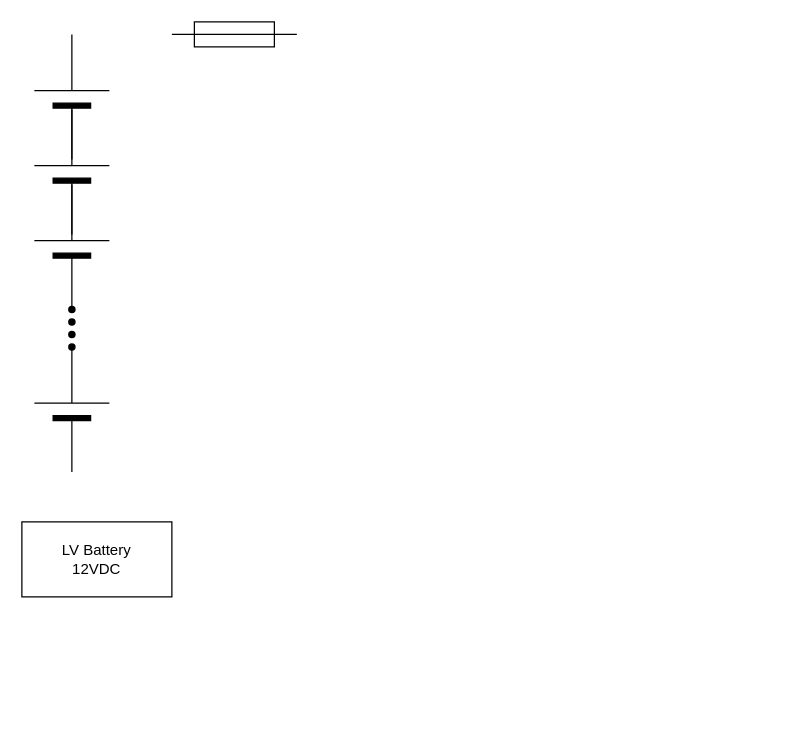
Before: WholeCircuit.drawio in ST04-tkmr/drawio_Schematics, a draw.io diagram. Source tidied: cells renumbered, new cells numbered last; positions are measured from the earlier drawing's top-left corner, leaving out a move shared by most shapes. Both pictures are drawn from the tidied source at 125%, with x=0, y=0 at pixel (9, 21).
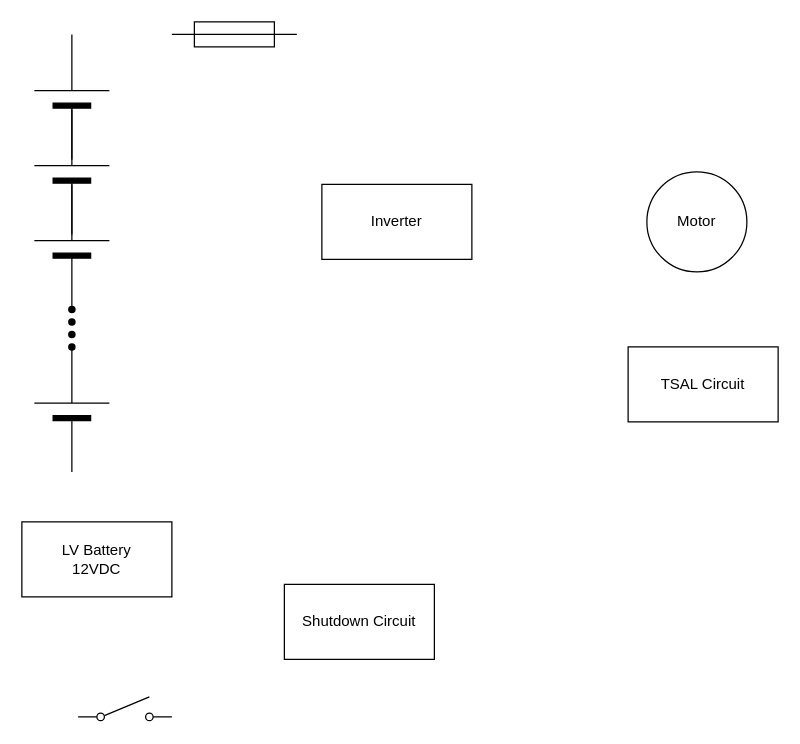
After the change.

Commit message:
WholeCircuit.drawio を更新します

What changed in the source:
```diff
@@
 <mxGraphModel>
   <root>
     <mxCell id="0" />
     <mxCell id="1" parent="0" />
     <mxCell id="2" style="verticalLabelPosition=bottom;shadow=0;dashed=0;align=center;fillColor=strokeColor;html=1;verticalAlign=top;strokeWidth=1;shape=mxgraph.electrical.miscellaneous.monocell_battery;rotation=-90;" parent="1" vertex="1">
       <mxGeometry y="150" width="100" height="60" as="geometry" />
     </mxCell>
     <mxCell id="3" style="verticalLabelPosition=bottom;shadow=0;dashed=0;align=center;fillColor=strokeColor;html=1;verticalAlign=top;strokeWidth=1;shape=mxgraph.electrical.miscellaneous.monocell_battery;rotation=-90;" parent="1" vertex="1">
       <mxGeometry y="90" width="100" height="60" as="geometry" />
     </mxCell>
     <mxCell id="4" style="verticalLabelPosition=bottom;shadow=0;dashed=0;align=center;fillColor=strokeColor;html=1;verticalAlign=top;strokeWidth=1;shape=mxgraph.electrical.miscellaneous.monocell_battery;rotation=-90;" parent="1" vertex="1">
       <mxGeometry y="30" width="100" height="60" as="geometry" />
     </mxCell>
     <mxCell id="5" style="shape=waypoint;sketch=0;fillStyle=solid;size=6;fillColor=none;perimeter=centerPerimeter;" parent="1" vertex="1">
       <mxGeometry x="40" y="220" width="20" height="20" as="geometry" />
     </mxCell>
     <mxCell id="6" style="shape=waypoint;sketch=0;fillStyle=solid;size=6;fillColor=none;perimeter=centerPerimeter;" parent="1" vertex="1">
       <mxGeometry x="40" y="230" width="20" height="20" as="geometry" />
     </mxCell>
     <mxCell id="7" style="shape=waypoint;sketch=0;fillStyle=solid;size=6;fillColor=none;perimeter=centerPerimeter;" parent="1" vertex="1">
       <mxGeometry x="40" y="240" width="20" height="20" as="geometry" />
     </mxCell>
     <mxCell id="8" style="shape=waypoint;sketch=0;fillStyle=solid;size=6;fillColor=none;perimeter=centerPerimeter;" parent="1" vertex="1">
       <mxGeometry x="40" y="250" width="20" height="20" as="geometry" />
     </mxCell>
     <mxCell id="9" style="verticalLabelPosition=bottom;shadow=0;dashed=0;align=center;fillColor=strokeColor;html=1;verticalAlign=top;strokeWidth=1;shape=mxgraph.electrical.miscellaneous.monocell_battery;rotation=-90;" parent="1" vertex="1">
       <mxGeometry y="280" width="100" height="60" as="geometry" />
     </mxCell>
     <mxCell id="10" style="verticalLabelPosition=bottom;shadow=0;dashed=0;align=center;html=1;verticalAlign=top;shape=mxgraph.electrical.miscellaneous.fuse_2;" parent="1" vertex="1">
       <mxGeometry x="130" width="100" height="20" as="geometry" />
     </mxCell>
     <mxCell id="11" value="LV Battery&lt;br&gt;12VDC" style="rounded=0;whiteSpace=wrap;html=1;" parent="1" vertex="1">
       <mxGeometry x="10" y="400" width="120" height="60" as="geometry" />
     </mxCell>
+    <mxCell id="12" value="Shutdown Circuit" style="rounded=0;whiteSpace=wrap;html=1;" parent="1" vertex="1">
+      <mxGeometry x="220" y="450" width="120" height="60" as="geometry" />
+    </mxCell>
+    <mxCell id="13" value="Inverter" style="rounded=0;whiteSpace=wrap;html=1;" parent="1" vertex="1">
+      <mxGeometry x="250" y="130" width="120" height="60" as="geometry" />
+    </mxCell>
+    <mxCell id="14" value="Motor" style="ellipse;whiteSpace=wrap;html=1;" parent="1" vertex="1">
+      <mxGeometry x="510" y="120" width="80" height="80" as="geometry" />
+    </mxCell>
+    <mxCell id="15" value="TSAL Circuit" style="rounded=0;whiteSpace=wrap;html=1;" parent="1" vertex="1">
+      <mxGeometry x="495" y="260" width="120" height="60" as="geometry" />
+    </mxCell>
+    <mxCell id="16" style="html=1;shape=mxgraph.electrical.electro-mechanical.singleSwitch;elSwitchState=off;" parent="1" vertex="1">
+      <mxGeometry x="55" y="540" width="75" height="20" as="geometry" />
+    </mxCell>
   </root>
 </mxGraphModel>
```
